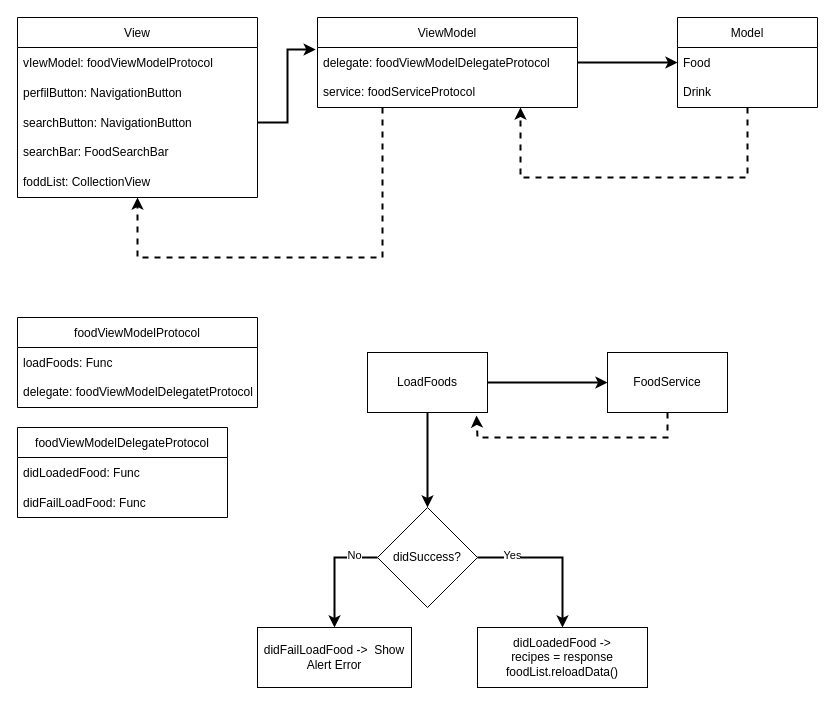
vitor-rc1/recipe-app-ios keeps this draw.io diagram as page "FoodViewController" (3 of 4) of Recipe App - MVVM.drawio. Above is the earlier version. Source tidied: cells renumbered, new cells numbered last; positions are measured from the earlier drawing's top-left corner, leaving out a move shared by most shapes. Both pictures are drawn from the tidied source at 100%, with x=0, y=0 at pixel (17, 17).
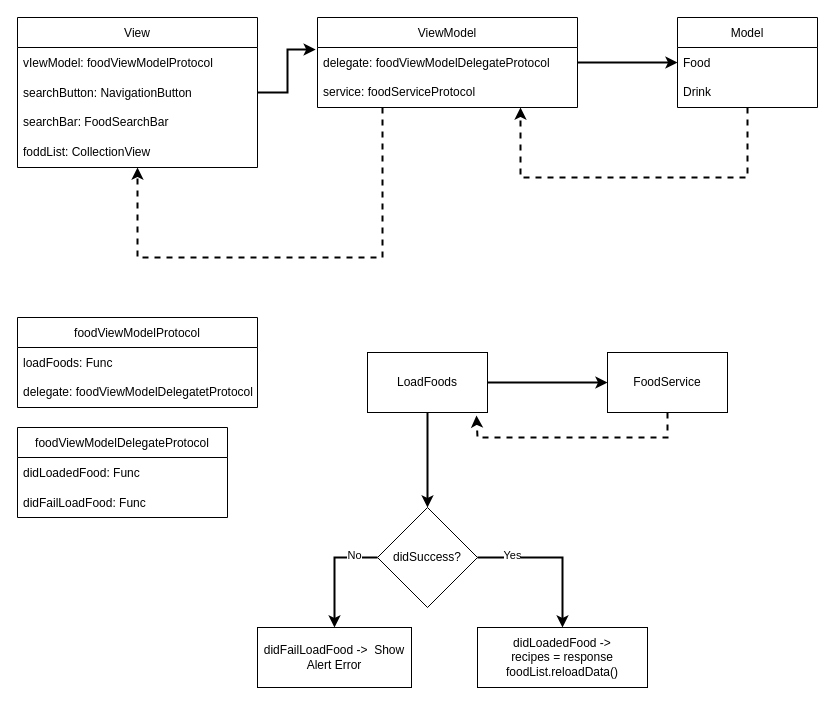
After the change.

Change to the diagram source:
```diff
@@
     <mxCell id="2" value="View" style="swimlane;fontStyle=0;horizontal=1;startSize=30;" parent="1" vertex="1">
-      <mxGeometry width="240" height="180" as="geometry" />
+      <mxGeometry width="240" height="150" as="geometry" />
     </mxCell>
@@
-    <mxCell id="4" value="perfilButton: NavigationButton" style="text;strokeColor=none;fillColor=none;align=left;verticalAlign=middle;spacingLeft=4;spacingRight=4;overflow=hidden;" parent="2" vertex="1">
-      <mxGeometry y="60" width="240" height="30" as="geometry" />
-    </mxCell>
     <mxCell id="5" value="searchButton: NavigationButton" style="text;strokeColor=none;fillColor=none;align=left;verticalAlign=middle;spacingLeft=4;spacingRight=4;overflow=hidden;points=[[0,0.5],[1,0.5]];portConstraint=eastwest;" parent="2" vertex="1">
-      <mxGeometry y="90" width="240" height="30" as="geometry" />
+      <mxGeometry y="60" width="240" height="30" as="geometry" />
     </mxCell>
     <mxCell id="6" value="searchBar: FoodSearchBar" style="text;html=1;strokeColor=none;fillColor=none;align=left;verticalAlign=middle;whiteSpace=wrap;rounded=0;spacingLeft=4;spacingRight=4;" parent="2" vertex="1">
-      <mxGeometry y="120" width="240" height="30" as="geometry" />
+      <mxGeometry y="90" width="240" height="30" as="geometry" />
     </mxCell>
     <mxCell id="7" value="foddList: CollectionView" style="text;html=1;strokeColor=none;fillColor=none;align=left;verticalAlign=middle;whiteSpace=wrap;rounded=0;spacingLeft=4;spacingRight=4;" parent="2" vertex="1">
-      <mxGeometry y="150" width="240" height="30" as="geometry" />
+      <mxGeometry y="120" width="240" height="30" as="geometry" />
     </mxCell>
```
